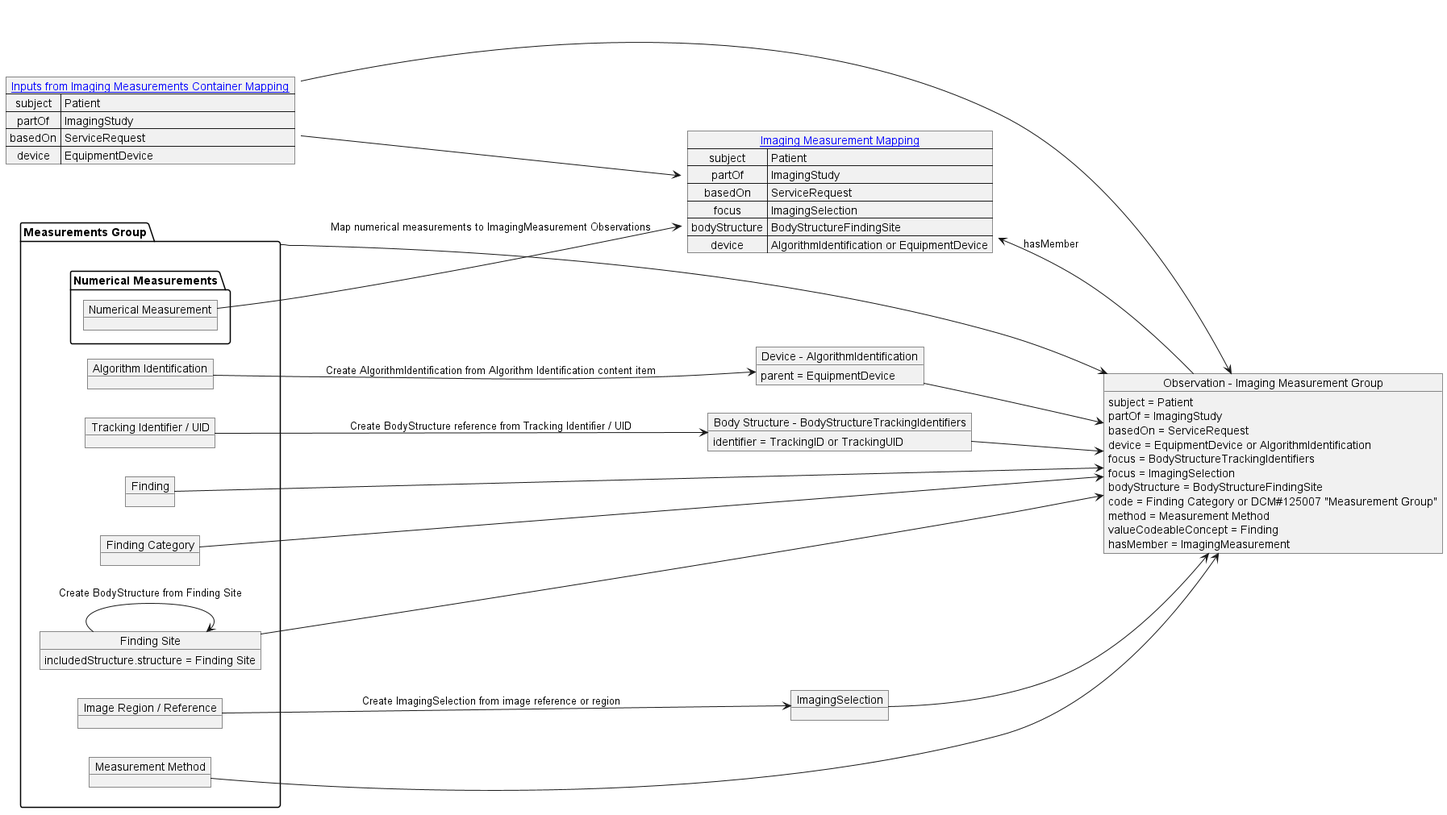
Before: input/images/imaging_measurement_group_mapping.png, a diagram exported from PlantUML (HL7/dicom-sr). The source it was exported from:
```plantuml
@startuml imaging_measurement_group_mapping
left to right direction

map "[[mapping.html#imaging-measurements-container-mapping Inputs from Imaging Measurements Container Mapping]]" as inputs {
   subject => Patient
   partOf => ImagingStudy
   basedOn => ServiceRequest
   device => EquipmentDevice
}

package "Measurements Group" as measurementGroup {
   object "Algorithm Identification" as algorithm
   object "Tracking Identifier / UID" as tracking
   object "Finding" as finding
   object "Finding Category" as findingCategory
   object "Finding Site" as BodyStructureFindingSite
   object "Image Region / Reference" as imageRegion
   object "Measurement Method" as method
   package "Numerical Measurements" {
    object "Numerical Measurement" as measurement
   }
}

object "Device - AlgorithmIdentification" as AlgorithmIdentification {
    parent = EquipmentDevice
}

object "Body Structure - BodyStructureTrackingIdentifiers" as TrackingBodyStructure {
    identifier = TrackingID or TrackingUID
}

object "Body Structure - BodyStructureFindingSite" as BodyStructureFindingSite {
    includedStructure.structure = Finding Site
}

object ImagingSelection

object "Observation - Imaging Measurement Group" as imagingMeasurementGroup {
    subject = Patient
    partOf = ImagingStudy
    basedOn = ServiceRequest
    device = EquipmentDevice or AlgorithmIdentification
    focus = BodyStructureTrackingIdentifiers
    focus = ImagingSelection
    bodyStructure = BodyStructureFindingSite
    code = Finding Category or DCM#125007 "Measurement Group"
    method = Measurement Method
    valueCodeableConcept = Finding
    hasMember = ImagingMeasurement
}

map "[[mapping.html#imaging-measurement-mapping Imaging Measurement Mapping]]" as imagingMeasurementMap {
    subject => Patient
    partOf => ImagingStudy
    basedOn => ServiceRequest
    focus => TrackingBodyStructure
    focus => ImagingSelection
    bodyStructure => BodyStructureFindingSite
    device => AlgorithmIdentification or EquipmentDevice
}

algorithm --> AlgorithmIdentification: Create AlgorithmIdentification from Algorithm Identification content item
tracking --> TrackingBodyStructure: Create BodyStructure reference from Tracking Identifier / UID
BodyStructureFindingSite --> BodyStructureFindingSite: Create BodyStructure from Finding Site
imageRegion --> ImagingSelection: Create ImagingSelection from image reference or region

inputs --> imagingMeasurementGroup
AlgorithmIdentification --> imagingMeasurementGroup
TrackingBodyStructure --> imagingMeasurementGroup
finding --> imagingMeasurementGroup
findingCategory --> imagingMeasurementGroup
BodyStructureFindingSite --> imagingMeasurementGroup
ImagingSelection --> imagingMeasurementGroup
measurementGroup --> imagingMeasurementGroup
method --> imagingMeasurementGroup

inputs --> imagingMeasurementMap
measurement --> imagingMeasurementMap: Map numerical measurements to ImagingMeasurement Observations
imagingMeasurementMap <-- imagingMeasurementGroup: hasMember
@enduml
```
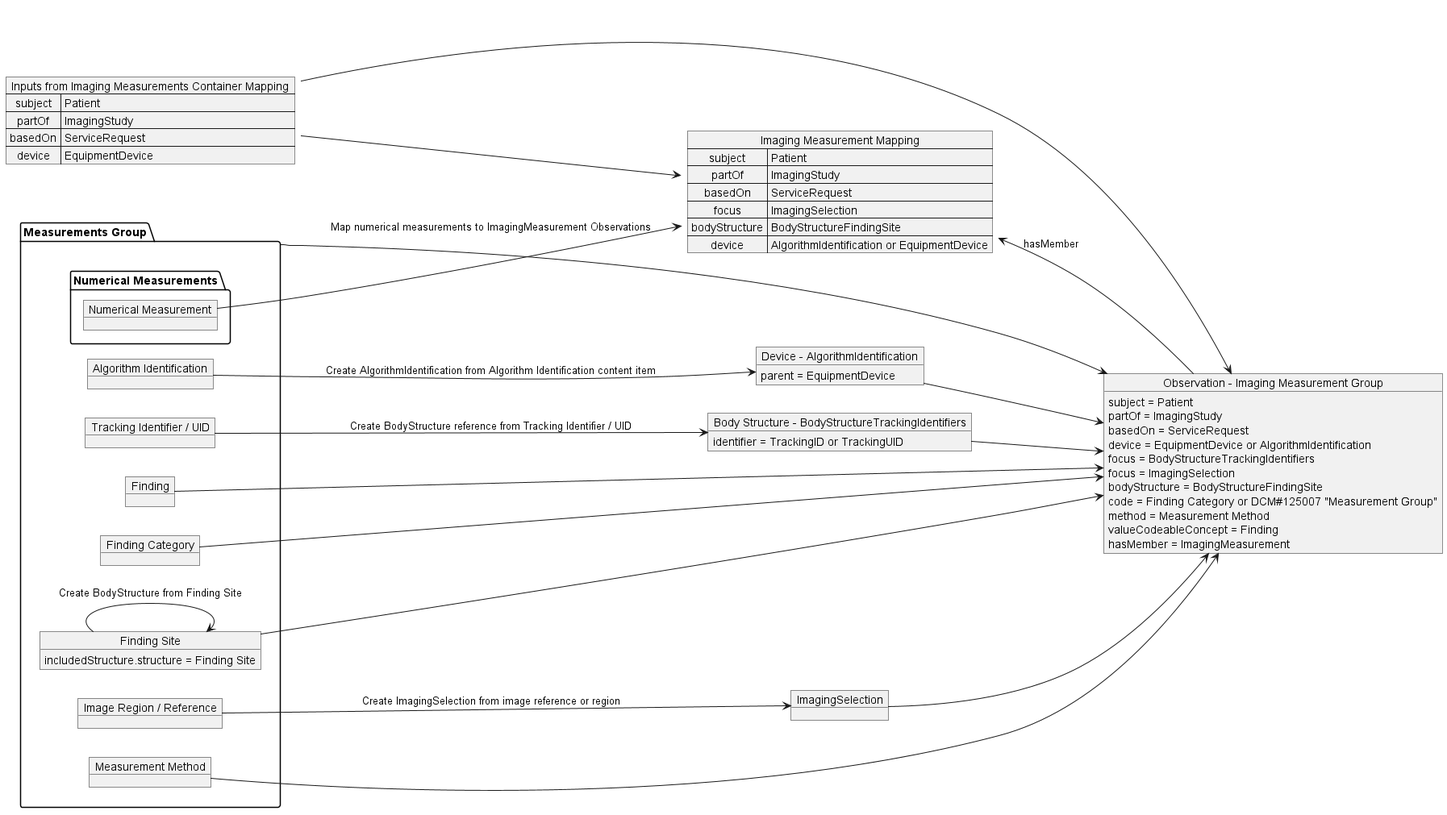
After the commit.

Diff of the diagram source:
```diff
@@ -1,7 +1,7 @@
 @startuml imaging_measurement_group_mapping
 left to right direction
 
-map "[[mapping.html#imaging-measurements-container-mapping Inputs from Imaging Measurements Container Mapping]]" as inputs {
+map "Inputs from Imaging Measurements Container Mapping" as inputs {
    subject => Patient
    partOf => ImagingStudy
    basedOn => ServiceRequest
@@ -49,7 +49,7 @@
     hasMember = ImagingMeasurement
 }
 
-map "[[mapping.html#imaging-measurement-mapping Imaging Measurement Mapping]]" as imagingMeasurementMap {
+map "Imaging Measurement Mapping" as imagingMeasurementMap {
     subject => Patient
     partOf => ImagingStudy
     basedOn => ServiceRequest
```
